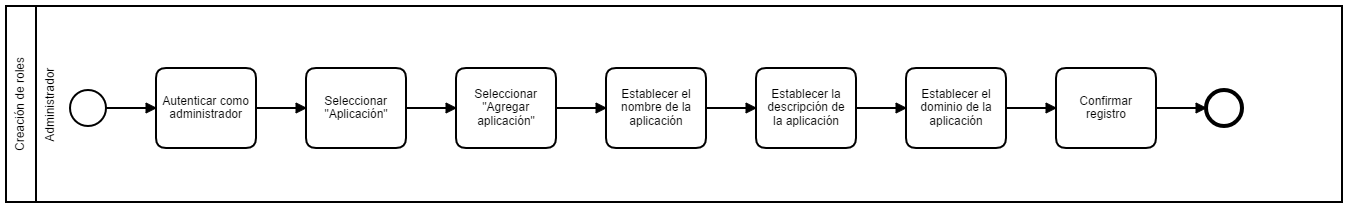
udistrital/arquitectura_docs keeps this BPMN diagram as configuracion/imagenes/creacion_aplicacion_nodo.png. Above is the earlier version. Its source is kept beside it as configuracion/imagenes/creacion_aplicacion_nodo.bpmn. Ids are renumbered.
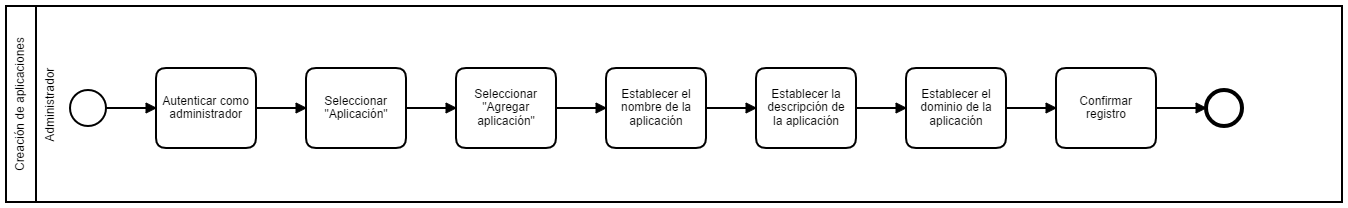
The same file after the commit.

Diff of the diagram source:
```diff
@@ -1,6 +1,6 @@
 <bpmn:definitions xmlns:bpmn="http://www.omg.org/spec/BPMN/20100524/MODEL" xmlns:bpmndi="http://www.omg.org/spec/BPMN/20100524/DI" xmlns:di="http://www.omg.org/spec/DD/20100524/DI" xmlns:dc="http://www.omg.org/spec/DD/20100524/DC" id="Definitions_n1" targetNamespace="http://bpmn.io/schema/bpmn" exporter="Camunda Modeler" exporterVersion="1.14.0">
   <bpmn:collaboration id="Collaboration_n2">
-    <bpmn:participant id="Participant_n3" name="Creación de roles" processRef="Process_1" />
+    <bpmn:participant id="Participant_n3" name="Creación de aplicaciones" processRef="Process_1" />
   </bpmn:collaboration>
   <bpmn:process id="Process_1" isExecutable="true">
     <bpmn:laneSet>
```
